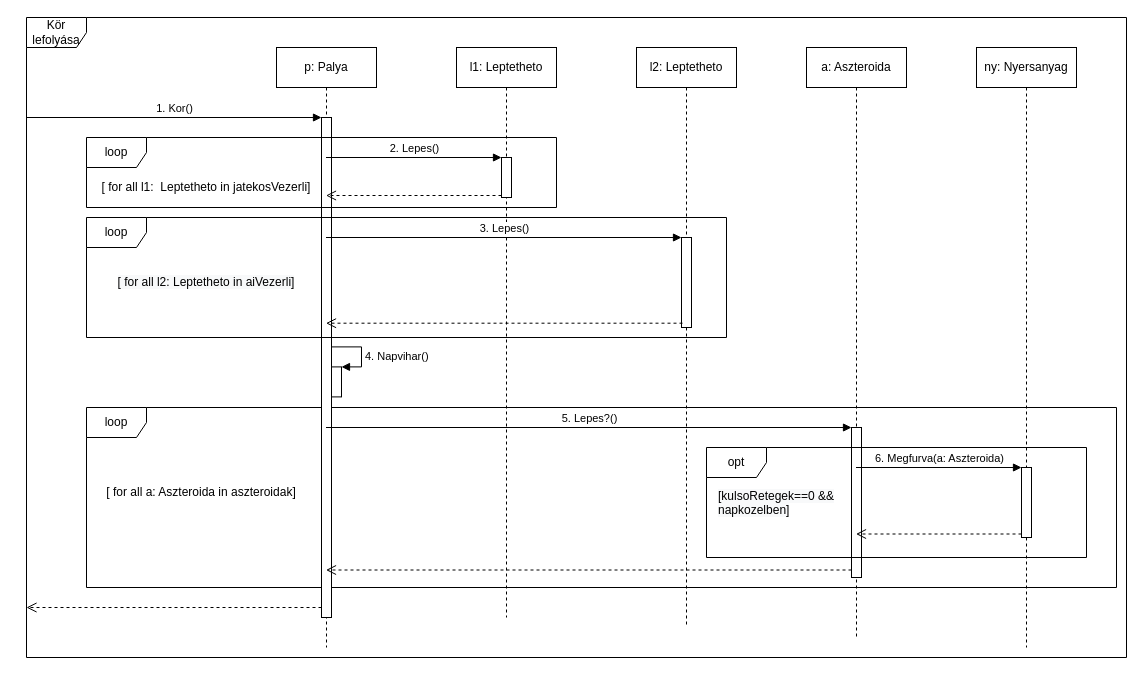
torpeBoiGo/aszteroidabanyaszat keeps this draw.io diagram as doc/uml/kor.drawio. Above is the earlier version. Source tidied: cells renumbered, new cells numbered last; positions are measured from the earlier drawing's top-left corner, leaving out a move shared by most shapes. Both pictures are drawn from the tidied source at 100%, with x=0, y=0 at pixel (26, 17).
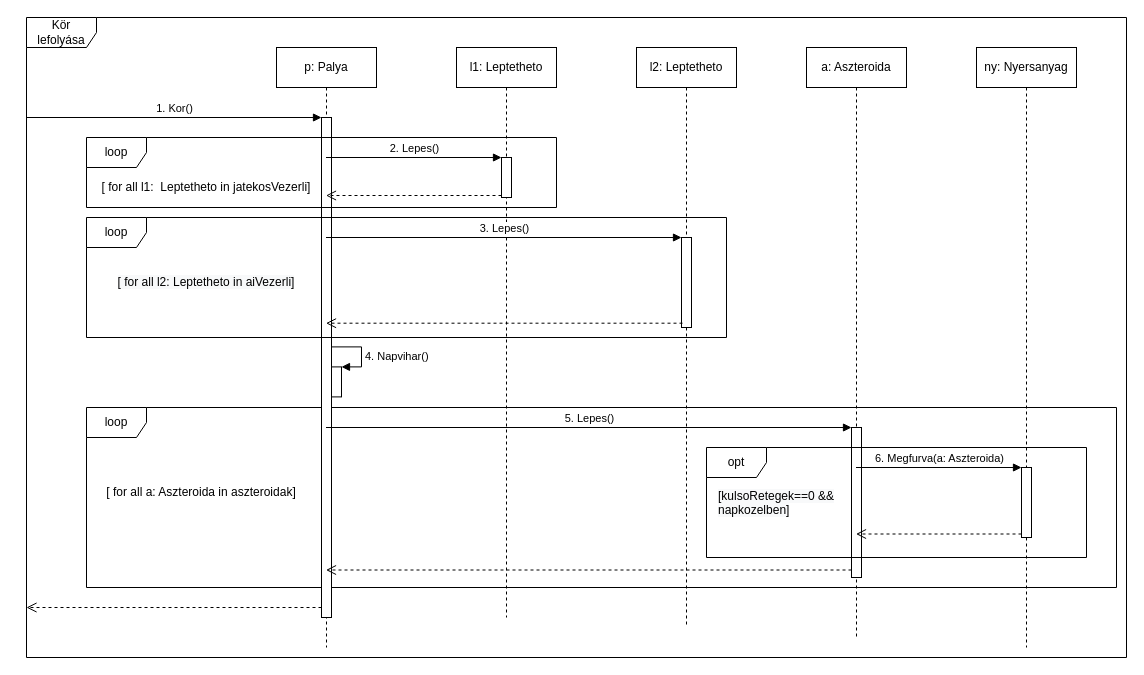
The same diagram, later.

The change refers to these unchanged cells:
```xml
<mxCell id="4" value="p: Palya" style="shape=umlLifeline;perimeter=lifelinePerimeter;whiteSpace=wrap;html=1;outlineConnect=0;" parent="1" vertex="1">
  <mxGeometry x="250" y="30" width="100" height="600" as="geometry" />
</mxCell>
<mxCell id="23" style="html=1;points=[];perimeter=orthogonalPerimeter;" parent="22" vertex="1">
  <mxGeometry x="45" y="380" width="10" height="150" as="geometry" />
</mxCell>
```

What changed in the source:
```diff
@@
-    <mxCell id="2" value="Kör lefolyása" style="shape=umlFrame;whiteSpace=wrap;html=1;" parent="1" vertex="1">
+    <mxCell id="2" value="Kör lefolyása" style="shape=umlFrame;whiteSpace=wrap;html=1;width=70;height=30;" parent="1" vertex="1">
       <mxGeometry width="1100" height="640" as="geometry" />
     </mxCell>
@@
-    <mxCell id="24" value="5. Lepes?()" style="html=1;verticalAlign=bottom;endArrow=block;entryX=0;entryY=0;" parent="1" edge="1" source="4" target="23">
+    <mxCell id="24" value="5. Lepes()" style="html=1;verticalAlign=bottom;endArrow=block;entryX=0;entryY=0;" parent="1" edge="1" source="4" target="23">
       <mxGeometry relative="1" as="geometry" />
     </mxCell>
```
